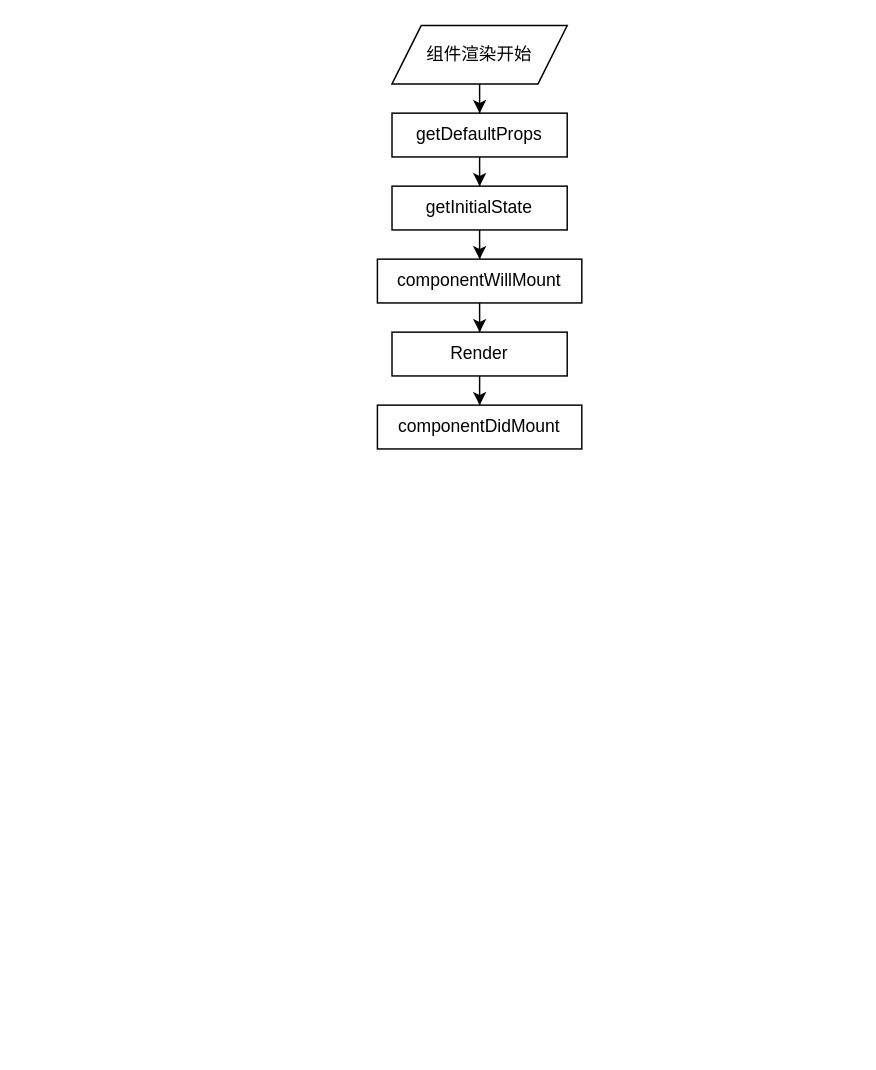
This is Untitled Diagram.drawio from shepard-liu/webFrontEndCodingAssignment, a draw.io file, before an edit. Source tidied: cells renumbered, new cells numbered last; positions are measured from the earlier drawing's top-left corner, leaving out a move shared by most shapes. Both pictures are drawn from the tidied source at 146%, with x=0, y=0 at pixel (377, 25).
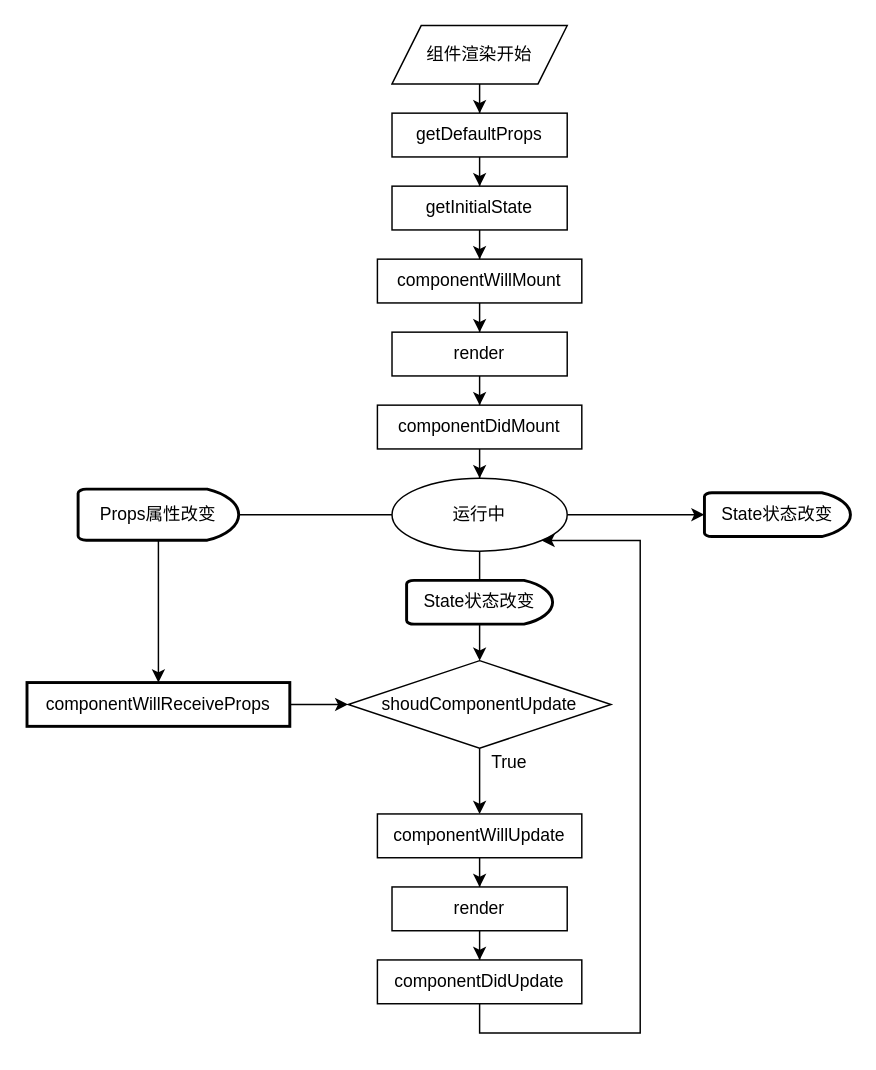
After the change.

The change refers to these unchanged cells:
```xml
<mxCell id="12" value="componentDidMount" style="whiteSpace=wrap;html=1;" parent="1" vertex="1">
  <mxGeometry y="260" width="140" height="30" as="geometry" />
</mxCell>
```

What changed in the source:
```diff
@@
-    <mxCell id="11" value="Render" style="whiteSpace=wrap;html=1;" parent="1" vertex="1">
+    <mxCell id="11" value="render" style="whiteSpace=wrap;html=1;" parent="1" vertex="1">
       <mxGeometry x="10" y="210" width="120" height="30" as="geometry" />
     </mxCell>
+    <mxCell id="13" style="edgeStyle=orthogonalEdgeStyle;rounded=0;jettySize=auto;html=1;" parent="1" edge="1" source="12" target="15">
+      <mxGeometry relative="1" as="geometry" />
+    </mxCell>
@@
+    <mxCell id="14" style="edgeStyle=orthogonalEdgeStyle;rounded=0;jettySize=auto;html=1;entryX=0;entryY=0.5;entryDx=0;entryDy=0;entryPerimeter=0;fontFamily=Helvetica;fontSize=12;fontColor=default;" parent="1" edge="1" source="15" target="33">
+      <mxGeometry relative="1" as="geometry" />
+    </mxCell>
+    <mxCell id="15" value="运行中" style="ellipse;whiteSpace=wrap;html=1;" parent="1" vertex="1">
+      <mxGeometry x="10" y="310" width="120" height="50" as="geometry" />
+    </mxCell>
+    <mxCell id="16" style="edgeStyle=orthogonalEdgeStyle;rounded=0;jettySize=auto;html=1;fontFamily=Helvetica;fontSize=12;fontColor=default;exitX=0.5;exitY=1;exitDx=0;exitDy=0;exitPerimeter=0;" parent="1" edge="1" source="26" target="18">
+      <mxGeometry relative="1" as="geometry" />
+    </mxCell>
+    <mxCell id="17" style="edgeStyle=orthogonalEdgeStyle;rounded=0;jettySize=auto;html=1;fontFamily=Helvetica;fontSize=12;fontColor=default;" parent="1" edge="1" source="18" target="20">
+      <mxGeometry relative="1" as="geometry" />
+    </mxCell>
+    <mxCell id="18" value="shoudComponentUpdate" style="rhombus;whiteSpace=wrap;html=1;" parent="1" vertex="1">
+      <mxGeometry x="-20" y="435" width="180" height="60" as="geometry" />
+    </mxCell>
+    <mxCell id="19" style="edgeStyle=orthogonalEdgeStyle;rounded=0;jettySize=auto;html=1;fontFamily=Helvetica;fontSize=12;fontColor=default;" parent="1" edge="1" source="20" target="22">
+      <mxGeometry relative="1" as="geometry" />
+    </mxCell>
+    <mxCell id="20" value="componentWillUpdate" style="whiteSpace=wrap;html=1;" parent="1" vertex="1">
+      <mxGeometry y="540" width="140" height="30" as="geometry" />
+    </mxCell>
+    <mxCell id="21" style="edgeStyle=orthogonalEdgeStyle;rounded=0;jettySize=auto;html=1;fontFamily=Helvetica;fontSize=12;fontColor=default;" parent="1" edge="1" source="22" target="24">
+      <mxGeometry relative="1" as="geometry" />
+    </mxCell>
+    <mxCell id="22" value="render" style="whiteSpace=wrap;html=1;" parent="1" vertex="1">
+      <mxGeometry x="10" y="590" width="120" height="30" as="geometry" />
+    </mxCell>
+    <mxCell id="23" style="edgeStyle=orthogonalEdgeStyle;rounded=0;jettySize=auto;html=1;entryX=1;entryY=1;entryDx=0;entryDy=0;fontFamily=Helvetica;fontSize=12;fontColor=default;" parent="1" edge="1" source="24" target="15">
+      <mxGeometry relative="1" as="geometry">
+        <Array as="points">
+          <mxPoint x="70" y="690" />
+          <mxPoint x="180" y="690" />
+          <mxPoint x="180" y="353" />
+        </Array>
+      </mxGeometry>
+    </mxCell>
+    <mxCell id="24" value="componentDidUpdate" style="whiteSpace=wrap;html=1;" parent="1" vertex="1">
+      <mxGeometry y="640" width="140" height="30" as="geometry" />
+    </mxCell>
+    <mxCell id="25" value="True" style="text;html=1;align=center;verticalAlign=middle;strokeColor=none;fillColor=none;fontSize=12;fontFamily=Helvetica;fontColor=default;" parent="1" vertex="1">
+      <mxGeometry x="70" y="495" width="40" height="20" as="geometry" />
+    </mxCell>
+    <mxCell id="26" value="State状态改变" style="strokeWidth=2;html=1;shape=mxgraph.flowchart.delay;whiteSpace=wrap;fontFamily=Helvetica;fontSize=12;fontColor=default;fillColor=default;" parent="1" vertex="1">
+      <mxGeometry x="20" y="380" width="100" height="30" as="geometry" />
+    </mxCell>
+    <mxCell id="27" style="edgeStyle=orthogonalEdgeStyle;rounded=0;jettySize=auto;html=1;fontFamily=Helvetica;fontSize=12;fontColor=default;" parent="1" edge="1" source="28" target="32">
+      <mxGeometry relative="1" as="geometry" />
+    </mxCell>
+    <mxCell id="28" value="Props属性改变" style="strokeWidth=2;html=1;shape=mxgraph.flowchart.delay;whiteSpace=wrap;fontFamily=Helvetica;fontSize=12;fontColor=default;fillColor=default;" parent="1" vertex="1">
+      <mxGeometry x="-205" y="317.5" width="110" height="35" as="geometry" />
+    </mxCell>
+    <mxCell id="29" style="endArrow=none;html=1;rounded=0;fontFamily=Helvetica;fontSize=12;fontColor=default;entryX=0.5;entryY=1;entryDx=0;entryDy=0;exitX=0.5;exitY=0;exitDx=0;exitDy=0;exitPerimeter=0;" parent="1" edge="1" source="26" target="15">
+      <mxGeometry relative="1" as="geometry" />
+    </mxCell>
+    <mxCell id="30" style="endArrow=none;html=1;rounded=0;fontFamily=Helvetica;fontSize=12;fontColor=default;entryX=1;entryY=0.5;entryDx=0;entryDy=0;exitX=0;exitY=0.5;exitDx=0;exitDy=0;entryPerimeter=0;" parent="1" edge="1" source="15" target="28">
+      <mxGeometry relative="1" as="geometry" />
+    </mxCell>
+    <mxCell id="31" style="edgeStyle=orthogonalEdgeStyle;rounded=0;jettySize=auto;html=1;entryX=0;entryY=0.5;entryDx=0;entryDy=0;fontFamily=Helvetica;fontSize=12;fontColor=default;" parent="1" edge="1" source="32" target="18">
+      <mxGeometry relative="1" as="geometry" />
+    </mxCell>
+    <mxCell id="32" value="componentWillReceiveProps" style="whiteSpace=wrap;html=1;strokeWidth=2;" parent="1" vertex="1">
+      <mxGeometry x="-240" y="450" width="180" height="30" as="geometry" />
+    </mxCell>
+    <mxCell id="33" value="State状态改变" style="strokeWidth=2;html=1;shape=mxgraph.flowchart.delay;whiteSpace=wrap;fontFamily=Helvetica;fontSize=12;fontColor=default;fillColor=default;" parent="1" vertex="1">
+      <mxGeometry x="224" y="320" width="100" height="30" as="geometry" />
+    </mxCell>
```
